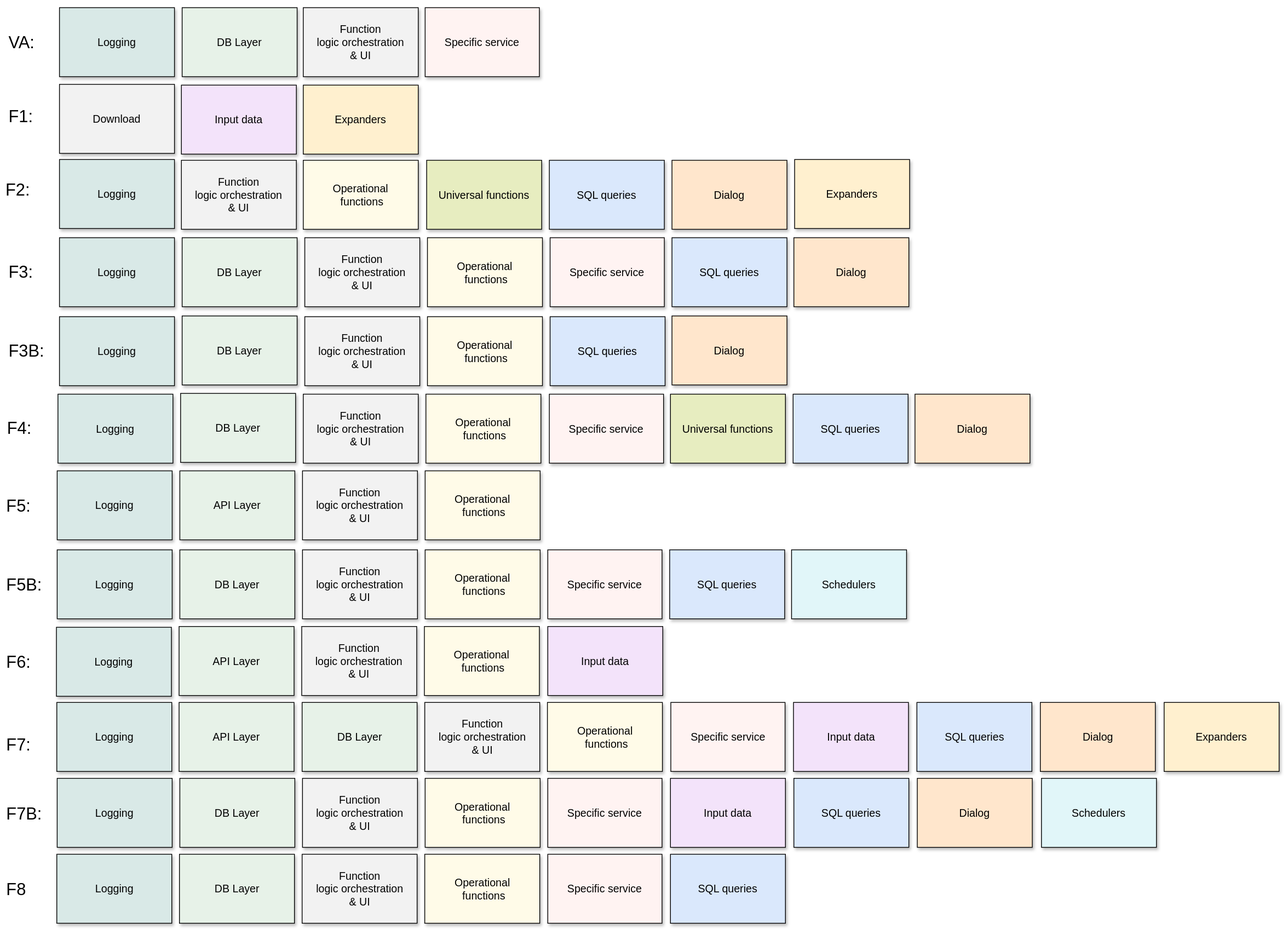
This is Pictures/Architecture/Functions_building_blocks_v3.svg from netj22693/backup-app-jn, a draw.io export, as it was before one commit. Source tidied: cells renumbered, new cells last; positions are measured from the earlier drawing's top-left corner, leaving out a move shared by most shapes.
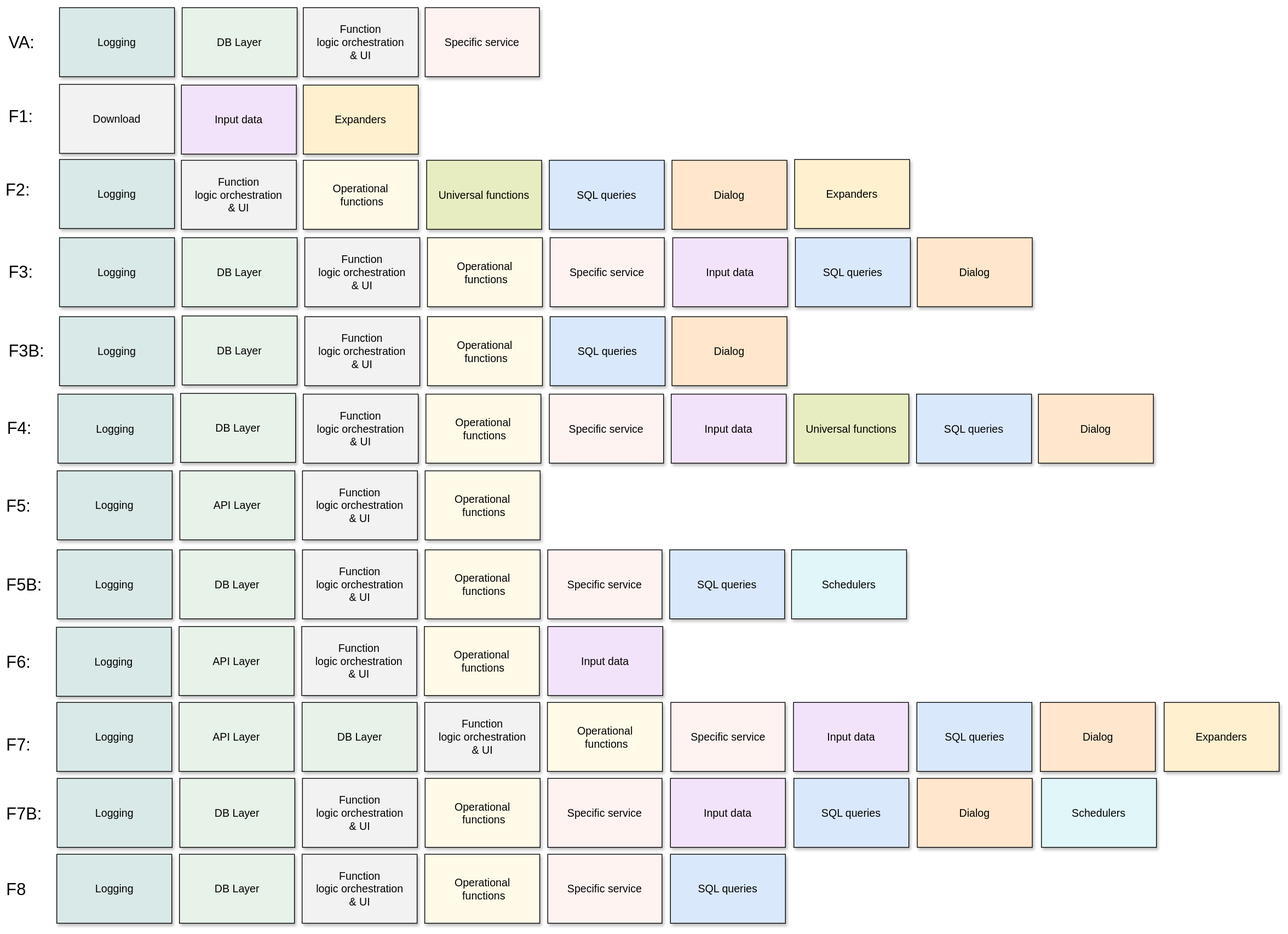
After the change.

Commit message:
01-Oct-2026 -v70.2.4 - building blocks diagram adjusted

What changed in the source:
```diff
@@ -33,7 +33,7 @@
       <mxGeometry x="72" y="300" width="150" height="90" as="geometry" />
     </mxCell>
     <mxCell id="12" value="SQL queries" style="rounded=0;whiteSpace=wrap;html=1;strokeColor=default;fillColor=#dae8fc;fontSize=14;shadow=1;" parent="1" vertex="1">
-      <mxGeometry x="871" y="300" width="150" height="90" as="geometry" />
+      <mxGeometry x="1032" y="300" width="150" height="90" as="geometry" />
     </mxCell>
     <mxCell id="13" value="Function&lt;div&gt;logic orchestration&lt;/div&gt;&lt;div&gt;&amp;amp; UI&lt;/div&gt;" style="rounded=0;whiteSpace=wrap;html=1;strokeColor=default;fillColor=#F2F2F2;fontSize=14;verticalAlign=middle;align=center;shadow=1;" parent="1" vertex="1">
       <mxGeometry x="392" y="300" width="150" height="90" as="geometry" />
@@ -159,7 +159,7 @@
       <mxGeometry x="871" y="199" width="150" height="90" as="geometry" />
     </mxCell>
     <mxCell id="54" value="Dialog" style="rounded=0;whiteSpace=wrap;html=1;strokeColor=default;fillColor=#ffe6cc;fontSize=14;shadow=1;" parent="1" vertex="1">
-      <mxGeometry x="1030" y="300" width="150" height="90" as="geometry" />
+      <mxGeometry x="1191" y="300" width="150" height="90" as="geometry" />
     </mxCell>
     <mxCell id="55" value="Function&lt;div&gt;logic orchestration&lt;/div&gt;&lt;div&gt;&amp;amp; UI&lt;/div&gt;" style="rounded=0;whiteSpace=wrap;html=1;strokeColor=default;fillColor=#F2F2F2;fontSize=14;verticalAlign=middle;align=center;shadow=1;" parent="1" vertex="1">
       <mxGeometry x="548.5" y="906" width="150" height="90" as="geometry" />
@@ -204,7 +204,7 @@
       <mxGeometry x="4" y="433" width="60" height="30" as="geometry" />
     </mxCell>
     <mxCell id="69" value="Dialog" style="rounded=0;whiteSpace=wrap;html=1;strokeColor=default;fillColor=#ffe6cc;fontSize=14;shadow=1;" parent="1" vertex="1">
-      <mxGeometry x="871" y="402" width="150" height="90" as="geometry" />
+      <mxGeometry x="871" y="403" width="150" height="90" as="geometry" />
     </mxCell>
     <mxCell id="70" value="DB Layer" style="rounded=0;whiteSpace=wrap;html=1;strokeColor=default;fillColor=#E7F2E8;fontSize=14;shadow=1;" parent="1" vertex="1">
       <mxGeometry x="230" y="503" width="150" height="90" as="geometry" />
@@ -213,7 +213,7 @@
       <mxGeometry x="70" y="504" width="150" height="90" as="geometry" />
     </mxCell>
     <mxCell id="72" value="SQL queries" style="rounded=0;whiteSpace=wrap;html=1;strokeColor=default;fillColor=#dae8fc;fontSize=14;shadow=1;" parent="1" vertex="1">
-      <mxGeometry x="1029" y="504" width="150" height="90" as="geometry" />
+      <mxGeometry x="1190" y="504" width="150" height="90" as="geometry" />
     </mxCell>
     <mxCell id="73" value="Function&lt;div&gt;logic orchestration&lt;/div&gt;&lt;div&gt;&amp;amp; UI&lt;/div&gt;" style="rounded=0;whiteSpace=wrap;html=1;strokeColor=default;fillColor=#F2F2F2;fontSize=14;verticalAlign=middle;align=center;shadow=1;" parent="1" vertex="1">
       <mxGeometry x="390" y="504" width="150" height="90" as="geometry" />
@@ -225,7 +225,7 @@
       <mxGeometry x="2" y="534" width="60" height="30" as="geometry" />
     </mxCell>
     <mxCell id="76" value="Dialog" style="rounded=0;whiteSpace=wrap;html=1;strokeColor=default;fillColor=#ffe6cc;fontSize=14;shadow=1;" parent="1" vertex="1">
-      <mxGeometry x="1188" y="504" width="150" height="90" as="geometry" />
+      <mxGeometry x="1349" y="504" width="150" height="90" as="geometry" />
     </mxCell>
     <mxCell id="77" value="DB Layer" style="rounded=0;whiteSpace=wrap;html=1;strokeColor=default;fillColor=#E7F2E8;fontSize=14;shadow=1;" parent="1" vertex="1">
       <mxGeometry x="232" width="150" height="90" as="geometry" />
@@ -258,7 +258,7 @@
       <mxGeometry x="551" y="199" width="150" height="90" as="geometry" />
     </mxCell>
     <mxCell id="87" value="Universal functions" style="rounded=0;whiteSpace=wrap;html=1;strokeColor=default;fillColor=#E7EDC0;fontSize=14;shadow=1;" parent="1" vertex="1">
-      <mxGeometry x="869" y="504" width="150" height="90" as="geometry" />
+      <mxGeometry x="1030" y="504" width="150" height="90" as="geometry" />
     </mxCell>
     <mxCell id="88" value="Specific service" style="rounded=0;whiteSpace=wrap;html=1;strokeColor=default;fillColor=#FFF3F2;fontSize=14;shadow=1;" parent="1" vertex="1">
       <mxGeometry x="712" y="300" width="149" height="90" as="geometry" />
@@ -266,5 +266,11 @@
     <mxCell id="89" value="Specific service" style="rounded=0;whiteSpace=wrap;html=1;strokeColor=default;fillColor=#FFF3F2;fontSize=14;shadow=1;" parent="1" vertex="1">
       <mxGeometry x="711" y="504" width="149" height="90" as="geometry" />
     </mxCell>
+    <mxCell id="90" value="Input data" style="rounded=0;whiteSpace=wrap;html=1;fillColor=#F3E3FA;align=center;verticalAlign=middle;fontFamily=Helvetica;fontSize=14;fontColor=default;strokeColor=default;shadow=1;" parent="1" vertex="1">
+      <mxGeometry x="872" y="300" width="150" height="90" as="geometry" />
+    </mxCell>
+    <mxCell id="91" value="Input data" style="rounded=0;whiteSpace=wrap;html=1;fillColor=#F3E3FA;align=center;verticalAlign=middle;fontFamily=Helvetica;fontSize=14;fontColor=default;strokeColor=default;shadow=1;" parent="1" vertex="1">
+      <mxGeometry x="870" y="504" width="150" height="90" as="geometry" />
+    </mxCell>
   </root>
 </mxGraphModel>
```
